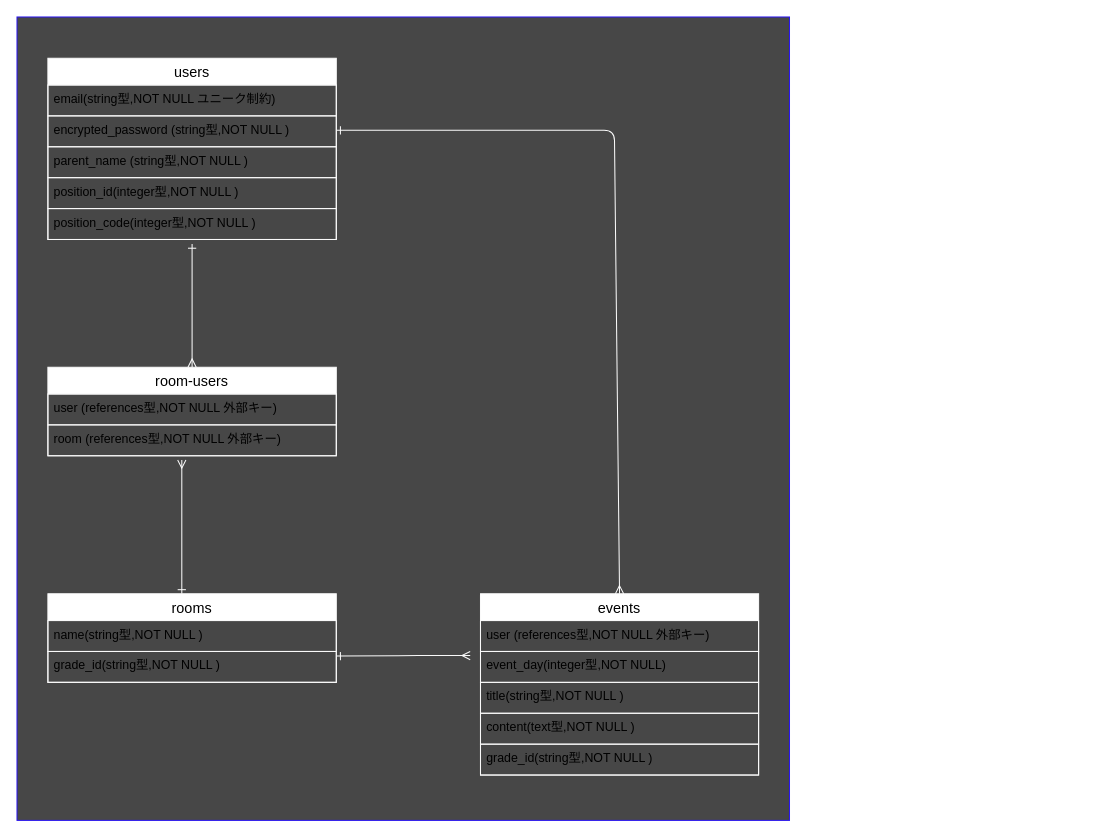
The draw.io diagram schoolcom.dio in kotalo122/schoolcom, before the edit. Source tidied: cells renumbered, new cells numbered last; positions are measured from the earlier drawing's top-left corner, leaving out a move shared by most shapes. Both pictures are drawn from the tidied source at 103%, with x=0, y=0 at pixel (16, 16).
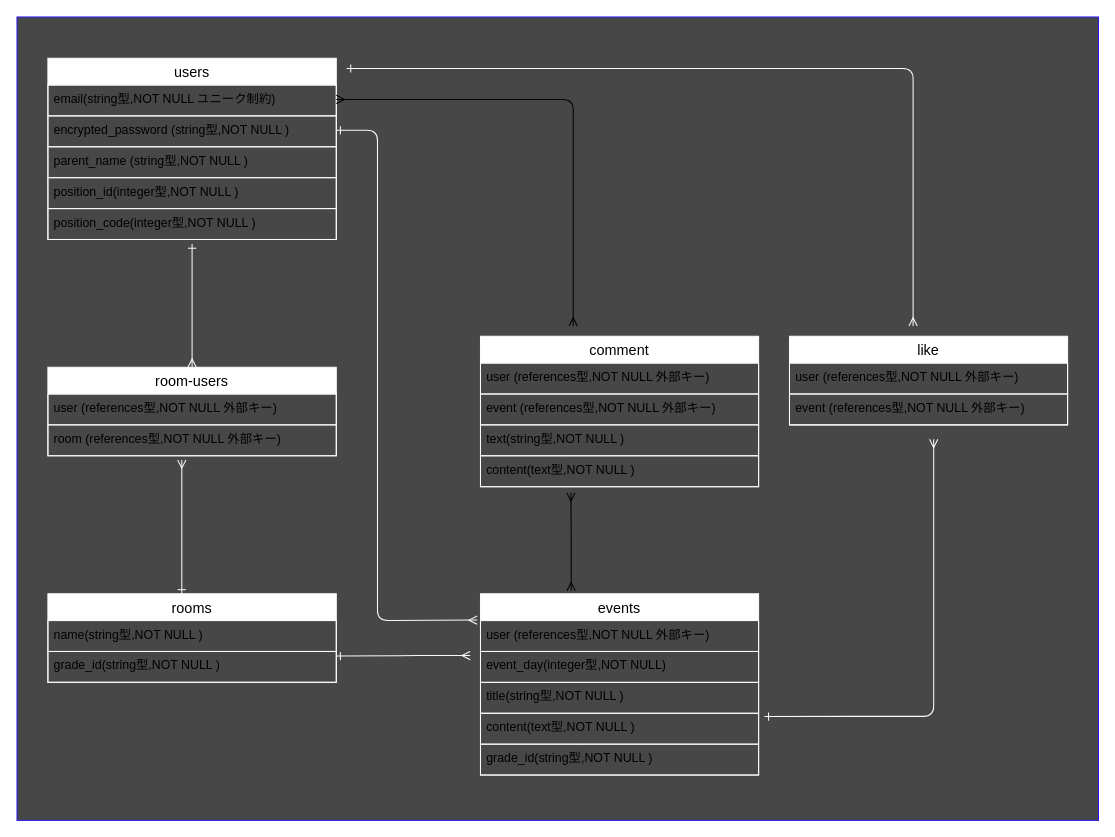
After the change.

The change refers to these unchanged cells:
```xml
<mxCell id="3" value="users" style="swimlane;fontStyle=0;horizontal=1;startSize=26;align=center;fontSize=14;strokeColor=#FAFAFA;" parent="1" vertex="1">
  <mxGeometry x="30" y="40" width="280" height="176" as="geometry" />
</mxCell>
<mxCell id="13" value="events" style="swimlane;fontStyle=0;horizontal=1;startSize=26;align=center;fontSize=14;strokeColor=#FAFAFA;" parent="1" vertex="1">
  <mxGeometry x="450" y="560" width="270" height="176" as="geometry" />
</mxCell>
<mxCell id="14" value="user (references型,NOT NULL 外部キー)" style="text;strokeColor=#FAFAFA;fillColor=none;spacingLeft=4;spacingRight=4;overflow=hidden;points=[[0,0.5],[1,0.5]];portConstraint=eastwest;fontSize=12;" parent="13" vertex="1">
  <mxGeometry y="26" width="270" height="30" as="geometry" />
</mxCell>
<mxCell id="17" value="content(text型,NOT NULL )" style="text;strokeColor=#FAFAFA;fillColor=none;spacingLeft=4;spacingRight=4;overflow=hidden;points=[[0,0.5],[1,0.5]];portConstraint=eastwest;fontSize=12;" parent="13" vertex="1">
  <mxGeometry y="116" width="270" height="30" as="geometry" />
</mxCell>
```

What changed in the source:
```diff
@@
     <mxCell id="2" style="rounded=0;whiteSpace=wrap;html=1;strokeColor=#2B16F0;fillColor=#474747;" parent="1" vertex="1">
-      <mxGeometry width="750" height="780" as="geometry" />
+      <mxGeometry width="1050" height="780" as="geometry" />
     </mxCell>
@@
-    <mxCell id="23" style="html=1;endArrow=ERmany;endFill=0;startArrow=ERone;startFill=0;entryX=0.5;entryY=0;entryDx=0;entryDy=0;strokeColor=#FAFAFA;" parent="1" edge="1" target="13">
+    <mxCell id="23" style="html=1;endArrow=ERmany;endFill=0;startArrow=ERone;startFill=0;strokeColor=#FAFAFA;entryX=-0.012;entryY=-0.016;entryDx=0;entryDy=0;entryPerimeter=0;" parent="1" edge="1" target="14">
       <mxGeometry relative="1" as="geometry">
         <mxPoint x="310" y="110" as="sourcePoint" />
         <Array as="points">
-          <mxPoint x="580" y="110" />
+          <mxPoint x="350" y="110" />
+          <mxPoint x="350" y="586" />
         </Array>
       </mxGeometry>
     </mxCell>
@@
+    <mxCell id="25" value="comment" style="swimlane;fontStyle=0;horizontal=1;startSize=26;align=center;fontSize=14;strokeColor=#FAFAFA;" parent="1" vertex="1">
+      <mxGeometry x="450" y="310" width="270" height="146" as="geometry" />
+    </mxCell>
+    <mxCell id="26" value="user (references型,NOT NULL 外部キー)" style="text;strokeColor=#FAFAFA;fillColor=none;spacingLeft=4;spacingRight=4;overflow=hidden;fontSize=12;" parent="25" vertex="1">
+      <mxGeometry y="26" width="270" height="30" as="geometry" />
+    </mxCell>
+    <mxCell id="27" value="event (references型,NOT NULL 外部キー)" style="text;strokeColor=#FAFAFA;fillColor=none;spacingLeft=4;spacingRight=4;overflow=hidden;fontSize=12;" parent="25" vertex="1">
+      <mxGeometry y="56" width="270" height="30" as="geometry" />
+    </mxCell>
+    <mxCell id="28" value="text(string型,NOT NULL )" style="text;strokeColor=#FAFAFA;fillColor=none;spacingLeft=4;spacingRight=4;overflow=hidden;fontSize=12;" parent="25" vertex="1">
+      <mxGeometry y="86" width="270" height="30" as="geometry" />
+    </mxCell>
+    <mxCell id="29" value="content(text型,NOT NULL )" style="text;strokeColor=#FAFAFA;fillColor=none;spacingLeft=4;spacingRight=4;overflow=hidden;fontSize=12;" parent="25" vertex="1">
+      <mxGeometry y="116" width="270" height="30" as="geometry" />
+    </mxCell>
+    <mxCell id="30" style="edgeStyle=orthogonalEdgeStyle;fontSize=12;html=1;endArrow=ERmany;startArrow=ERmany;" parent="1" edge="1" target="3">
+      <mxGeometry relative="1" as="geometry">
+        <mxPoint x="540" y="300" as="sourcePoint" />
+        <Array as="points">
+          <mxPoint x="540" y="80" />
+        </Array>
+      </mxGeometry>
+    </mxCell>
+    <mxCell id="31" style="fontSize=12;html=1;endArrow=ERmany;startArrow=ERmany;entryX=0.44;entryY=0.967;entryDx=0;entryDy=0;entryPerimeter=0;" parent="1" edge="1">
+      <mxGeometry relative="1" as="geometry">
+        <mxPoint x="538" y="557" as="sourcePoint" />
+        <mxPoint x="537.8" y="462" as="targetPoint" />
+        <Array as="points">
+          <mxPoint x="538" y="517" />
+          <mxPoint x="538" y="497" />
+        </Array>
+      </mxGeometry>
+    </mxCell>
+    <mxCell id="32" value="like" style="swimlane;fontStyle=0;horizontal=1;startSize=26;align=center;fontSize=14;strokeColor=#FAFAFA;" parent="1" vertex="1">
+      <mxGeometry x="750" y="310" width="270" height="86" as="geometry" />
+    </mxCell>
+    <mxCell id="33" value="user (references型,NOT NULL 外部キー)" style="text;strokeColor=#FAFAFA;fillColor=none;spacingLeft=4;spacingRight=4;overflow=hidden;fontSize=12;" parent="32" vertex="1">
+      <mxGeometry y="26" width="270" height="30" as="geometry" />
+    </mxCell>
+    <mxCell id="34" value="event (references型,NOT NULL 外部キー)" style="text;strokeColor=#FAFAFA;fillColor=none;spacingLeft=4;spacingRight=4;overflow=hidden;fontSize=12;" parent="32" vertex="1">
+      <mxGeometry y="56" width="270" height="30" as="geometry" />
+    </mxCell>
+    <mxCell id="35" style="html=1;endArrow=ERmany;endFill=0;startArrow=ERone;startFill=0;strokeColor=#FAFAFA;" parent="1" edge="1">
+      <mxGeometry relative="1" as="geometry">
+        <mxPoint x="320" y="50" as="sourcePoint" />
+        <mxPoint x="870" y="300" as="targetPoint" />
+        <Array as="points">
+          <mxPoint x="360" y="50" />
+          <mxPoint x="870" y="50" />
+        </Array>
+      </mxGeometry>
+    </mxCell>
+    <mxCell id="36" style="html=1;endArrow=ERmany;endFill=0;startArrow=ERone;startFill=0;strokeColor=#FAFAFA;exitX=1.021;exitY=0.107;exitDx=0;exitDy=0;exitPerimeter=0;" parent="1" edge="1" source="17">
+      <mxGeometry relative="1" as="geometry">
+        <mxPoint x="890" y="410" as="targetPoint" />
+        <Array as="points">
+          <mxPoint x="820" y="679" />
+          <mxPoint x="890" y="679" />
+        </Array>
+      </mxGeometry>
+    </mxCell>
```
